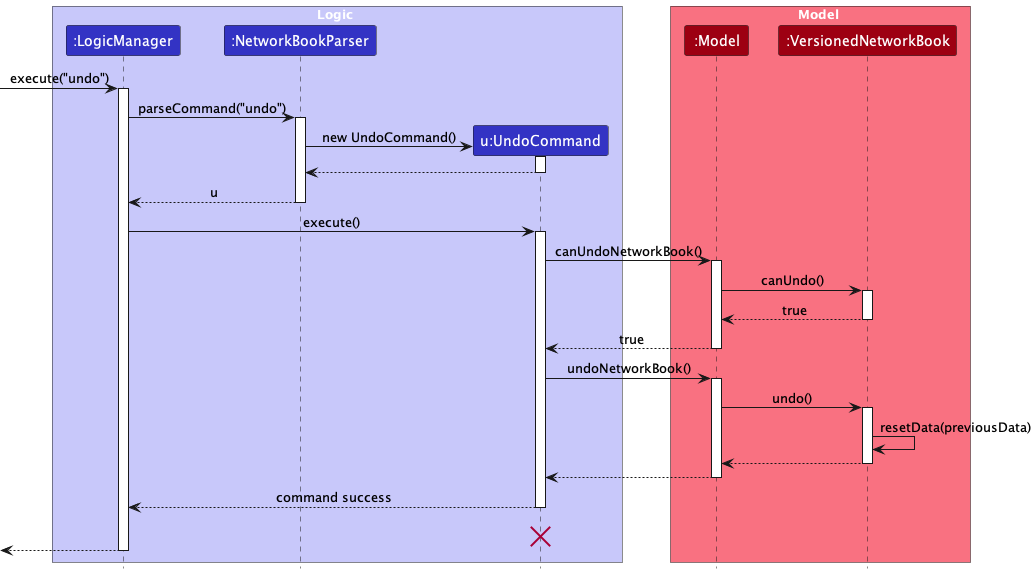
Earlier version of the PlantUML export docs/images/UndoSequenceDiagram.png (nus-cs2103-AY2324S1/tp). The source it was exported from:
```plantuml
@startuml
!include style.puml
skinparam ArrowFontStyle plain

box Logic LOGIC_COLOR_T1
participant ":LogicManager" as LogicManager LOGIC_COLOR
participant ":NetworkBookParser" as NetworkBookParser LOGIC_COLOR
participant "u:UndoCommand" as UndoCommand LOGIC_COLOR
end box

box Model MODEL_COLOR_T1
participant ":Model" as Model MODEL_COLOR
participant ":VersionedNetworkBook" as VersionedNetworkBook MODEL_COLOR
end box
[-> LogicManager : execute("undo")
activate LogicManager

LogicManager -> NetworkBookParser : parseCommand("undo")
activate NetworkBookParser

create UndoCommand
NetworkBookParser -> UndoCommand : new UndoCommand()
activate UndoCommand

UndoCommand --> NetworkBookParser
deactivate UndoCommand

NetworkBookParser --> LogicManager : u
deactivate NetworkBookParser

LogicManager -> UndoCommand : execute()
activate UndoCommand

UndoCommand -> Model : canUndoNetworkBook()
activate Model

Model -> VersionedNetworkBook : canUndo()
activate VersionedNetworkBook

VersionedNetworkBook --> Model : true
deactivate VersionedNetworkBook

Model --> UndoCommand : true
deactivate Model

UndoCommand -> Model : undoNetworkBook()
activate Model

Model -> VersionedNetworkBook : undo()
activate VersionedNetworkBook

VersionedNetworkBook -> VersionedNetworkBook :resetData(previousData)
VersionedNetworkBook --> Model :
deactivate VersionedNetworkBook

Model --> UndoCommand
deactivate Model

UndoCommand --> LogicManager : command success
deactivate UndoCommand
UndoCommand -[hidden]-> LogicManager : command success
destroy UndoCommand

[<--LogicManager
deactivate LogicManager
@enduml
```
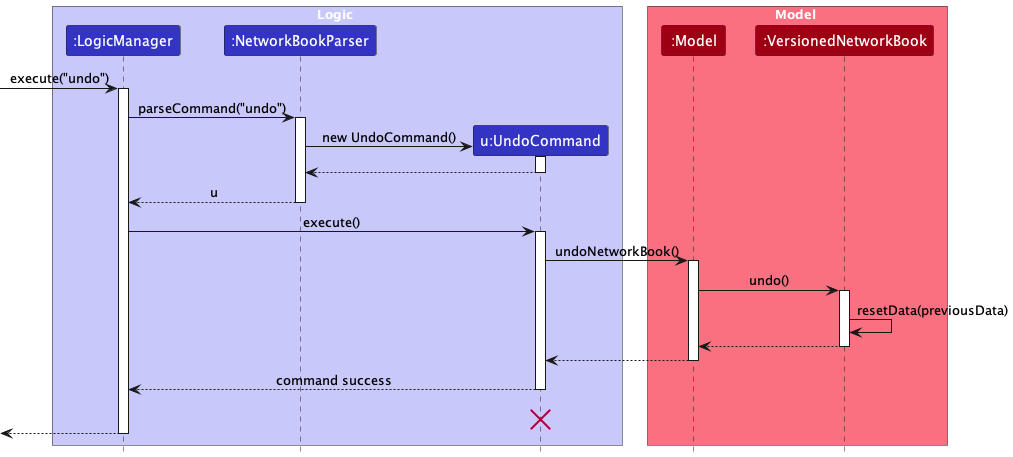
After the change.

Commit message:
Update DG Architecture section

What changed in the source:
```diff
@@ -31,18 +31,6 @@
 LogicManager -> UndoCommand : execute()
 activate UndoCommand
 
-UndoCommand -> Model : canUndoNetworkBook()
-activate Model
-
-Model -> VersionedNetworkBook : canUndo()
-activate VersionedNetworkBook
-
-VersionedNetworkBook --> Model : true
-deactivate VersionedNetworkBook
-
-Model --> UndoCommand : true
-deactivate Model
-
 UndoCommand -> Model : undoNetworkBook()
 activate Model
 
```
